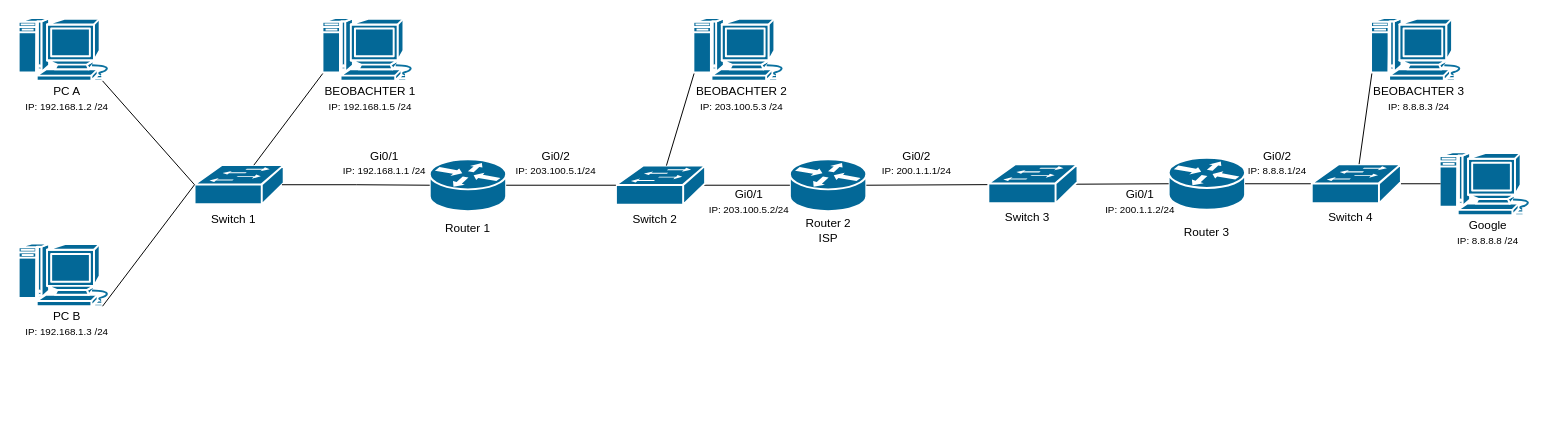
Above: Ubung NAT.drawio in PLAD26/-MAC-Tabellen-und-Switching- (draw.io), before the change. Source tidied: cells renumbered, new cells numbered last; positions are measured from the earlier drawing's top-left corner, leaving out a move shared by most shapes. Both pictures are drawn from the tidied source at 98%, with x=0, y=0 at pixel (18, 18).
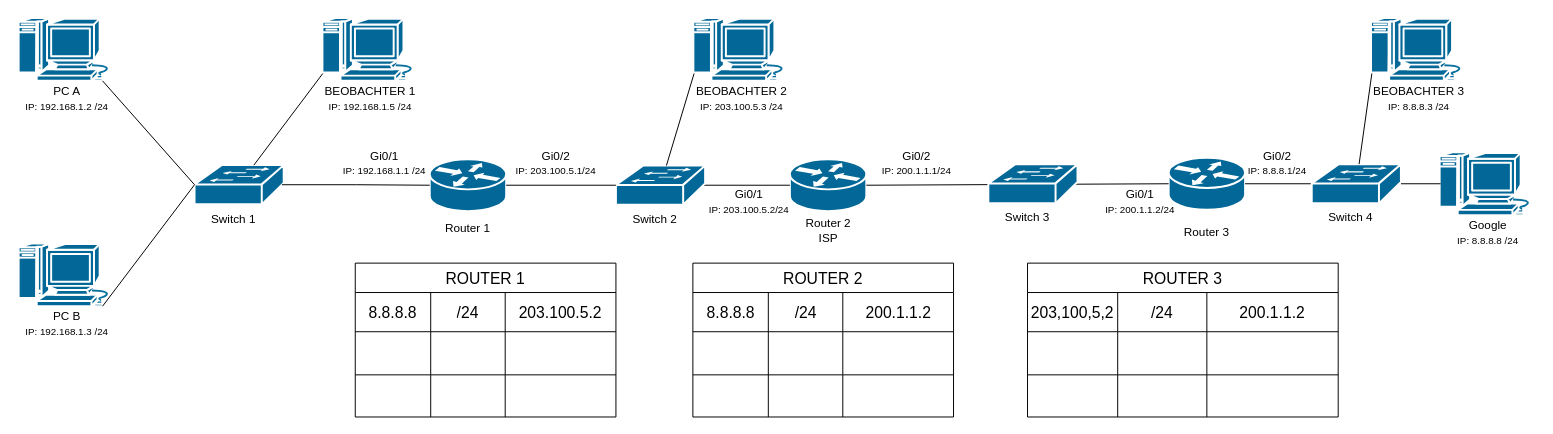
The same diagram, later.

Change to the diagram source:
```diff
@@
+    <mxCell id="45" value="ROUTER 1" style="shape=table;startSize=30;childLayout=tableLayout;strokeColor=default;fontSize=16;" parent="1" vertex="1">
+      <mxGeometry x="344" y="250" width="266" height="157" as="geometry" />
+    </mxCell>
+    <mxCell id="46" style="shape=tableRow;horizontal=0;startSize=0;swimlaneHead=0;swimlaneBody=0;strokeColor=inherit;top=0;left=0;bottom=0;right=0;fillColor=none;fontSize=16;" parent="45" vertex="1">
+      <mxGeometry y="30" width="266" height="40" as="geometry" />
+    </mxCell>
+    <mxCell id="47" value="8.8.8.8" style="shape=partialRectangle;html=1;whiteSpace=wrap;strokeColor=inherit;overflow=hidden;fillColor=none;top=0;left=0;bottom=0;right=0;fontSize=16;" parent="46" vertex="1">
+      <mxGeometry width="77" height="40" as="geometry" />
+    </mxCell>
+    <mxCell id="48" value="/24" style="shape=partialRectangle;html=1;whiteSpace=wrap;strokeColor=inherit;overflow=hidden;fillColor=none;top=0;left=0;bottom=0;right=0;fontSize=16;" parent="46" vertex="1">
+      <mxGeometry x="77" width="76" height="40" as="geometry" />
+    </mxCell>
+    <mxCell id="49" value="203.100.5.2" style="shape=partialRectangle;html=1;whiteSpace=wrap;strokeColor=inherit;overflow=hidden;fillColor=none;top=0;left=0;bottom=0;right=0;fontSize=16;" parent="46" vertex="1">
+      <mxGeometry x="153" width="113" height="40" as="geometry" />
+    </mxCell>
+    <mxCell id="50" style="shape=tableRow;horizontal=0;startSize=0;swimlaneHead=0;swimlaneBody=0;strokeColor=inherit;top=0;left=0;bottom=0;right=0;fillColor=none;fontSize=16;" parent="45" vertex="1">
+      <mxGeometry y="70" width="266" height="44" as="geometry" />
+    </mxCell>
+    <mxCell id="51" style="shape=partialRectangle;html=1;whiteSpace=wrap;strokeColor=inherit;overflow=hidden;fillColor=none;top=0;left=0;bottom=0;right=0;fontSize=16;" parent="50" vertex="1">
+      <mxGeometry width="77" height="44" as="geometry" />
+    </mxCell>
+    <mxCell id="52" style="shape=partialRectangle;html=1;whiteSpace=wrap;strokeColor=inherit;overflow=hidden;fillColor=none;top=0;left=0;bottom=0;right=0;fontSize=16;" parent="50" vertex="1">
+      <mxGeometry x="77" width="76" height="44" as="geometry" />
+    </mxCell>
+    <mxCell id="53" style="shape=partialRectangle;html=1;whiteSpace=wrap;strokeColor=inherit;overflow=hidden;fillColor=none;top=0;left=0;bottom=0;right=0;fontSize=16;" parent="50" vertex="1">
+      <mxGeometry x="153" width="113" height="44" as="geometry" />
+    </mxCell>
+    <mxCell id="54" style="shape=tableRow;horizontal=0;startSize=0;swimlaneHead=0;swimlaneBody=0;strokeColor=inherit;top=0;left=0;bottom=0;right=0;fillColor=none;fontSize=16;" parent="45" vertex="1">
+      <mxGeometry y="114" width="266" height="43" as="geometry" />
+    </mxCell>
+    <mxCell id="55" style="shape=partialRectangle;html=1;whiteSpace=wrap;strokeColor=inherit;overflow=hidden;fillColor=none;top=0;left=0;bottom=0;right=0;fontSize=16;" parent="54" vertex="1">
+      <mxGeometry width="77" height="43" as="geometry" />
+    </mxCell>
+    <mxCell id="56" style="shape=partialRectangle;html=1;whiteSpace=wrap;strokeColor=inherit;overflow=hidden;fillColor=none;top=0;left=0;bottom=0;right=0;fontSize=16;" parent="54" vertex="1">
+      <mxGeometry x="77" width="76" height="43" as="geometry" />
+    </mxCell>
+    <mxCell id="57" style="shape=partialRectangle;html=1;whiteSpace=wrap;strokeColor=inherit;overflow=hidden;fillColor=none;top=0;left=0;bottom=0;right=0;fontSize=16;" parent="54" vertex="1">
+      <mxGeometry x="153" width="113" height="43" as="geometry" />
+    </mxCell>
+    <mxCell id="58" value="ROUTER 2" style="shape=table;startSize=30;childLayout=tableLayout;strokeColor=default;fontSize=16;" parent="1" vertex="1">
+      <mxGeometry x="688.5" y="250" width="266" height="157" as="geometry" />
+    </mxCell>
+    <mxCell id="59" style="shape=tableRow;horizontal=0;startSize=0;swimlaneHead=0;swimlaneBody=0;strokeColor=inherit;top=0;left=0;bottom=0;right=0;fillColor=none;fontSize=16;" parent="58" vertex="1">
+      <mxGeometry y="30" width="266" height="40" as="geometry" />
+    </mxCell>
+    <mxCell id="60" value="8.8.8.8" style="shape=partialRectangle;html=1;whiteSpace=wrap;strokeColor=inherit;overflow=hidden;fillColor=none;top=0;left=0;bottom=0;right=0;fontSize=16;" parent="59" vertex="1">
+      <mxGeometry width="77" height="40" as="geometry" />
+    </mxCell>
+    <mxCell id="61" value="/24" style="shape=partialRectangle;html=1;whiteSpace=wrap;strokeColor=inherit;overflow=hidden;fillColor=none;top=0;left=0;bottom=0;right=0;fontSize=16;" parent="59" vertex="1">
+      <mxGeometry x="77" width="76" height="40" as="geometry" />
+    </mxCell>
+    <mxCell id="62" value="200.1.1.2" style="shape=partialRectangle;html=1;whiteSpace=wrap;strokeColor=inherit;overflow=hidden;fillColor=none;top=0;left=0;bottom=0;right=0;fontSize=16;" parent="59" vertex="1">
+      <mxGeometry x="153" width="113" height="40" as="geometry" />
+    </mxCell>
+    <mxCell id="63" style="shape=tableRow;horizontal=0;startSize=0;swimlaneHead=0;swimlaneBody=0;strokeColor=inherit;top=0;left=0;bottom=0;right=0;fillColor=none;fontSize=16;" parent="58" vertex="1">
+      <mxGeometry y="70" width="266" height="44" as="geometry" />
+    </mxCell>
+    <mxCell id="64" style="shape=partialRectangle;html=1;whiteSpace=wrap;strokeColor=inherit;overflow=hidden;fillColor=none;top=0;left=0;bottom=0;right=0;fontSize=16;" parent="63" vertex="1">
+      <mxGeometry width="77" height="44" as="geometry" />
+    </mxCell>
+    <mxCell id="65" style="shape=partialRectangle;html=1;whiteSpace=wrap;strokeColor=inherit;overflow=hidden;fillColor=none;top=0;left=0;bottom=0;right=0;fontSize=16;" parent="63" vertex="1">
+      <mxGeometry x="77" width="76" height="44" as="geometry" />
+    </mxCell>
+    <mxCell id="66" style="shape=partialRectangle;html=1;whiteSpace=wrap;strokeColor=inherit;overflow=hidden;fillColor=none;top=0;left=0;bottom=0;right=0;fontSize=16;" parent="63" vertex="1">
+      <mxGeometry x="153" width="113" height="44" as="geometry" />
+    </mxCell>
+    <mxCell id="67" style="shape=tableRow;horizontal=0;startSize=0;swimlaneHead=0;swimlaneBody=0;strokeColor=inherit;top=0;left=0;bottom=0;right=0;fillColor=none;fontSize=16;" parent="58" vertex="1">
+      <mxGeometry y="114" width="266" height="43" as="geometry" />
+    </mxCell>
+    <mxCell id="68" style="shape=partialRectangle;html=1;whiteSpace=wrap;strokeColor=inherit;overflow=hidden;fillColor=none;top=0;left=0;bottom=0;right=0;fontSize=16;" parent="67" vertex="1">
+      <mxGeometry width="77" height="43" as="geometry" />
+    </mxCell>
+    <mxCell id="69" style="shape=partialRectangle;html=1;whiteSpace=wrap;strokeColor=inherit;overflow=hidden;fillColor=none;top=0;left=0;bottom=0;right=0;fontSize=16;" parent="67" vertex="1">
+      <mxGeometry x="77" width="76" height="43" as="geometry" />
+    </mxCell>
+    <mxCell id="70" style="shape=partialRectangle;html=1;whiteSpace=wrap;strokeColor=inherit;overflow=hidden;fillColor=none;top=0;left=0;bottom=0;right=0;fontSize=16;" parent="67" vertex="1">
+      <mxGeometry x="153" width="113" height="43" as="geometry" />
+    </mxCell>
+    <mxCell id="71" value="ROUTER 3" style="shape=table;startSize=30;childLayout=tableLayout;strokeColor=default;fontSize=16;" parent="1" vertex="1">
+      <mxGeometry x="1030" y="250" width="317" height="157" as="geometry" />
+    </mxCell>
+    <mxCell id="72" style="shape=tableRow;horizontal=0;startSize=0;swimlaneHead=0;swimlaneBody=0;strokeColor=inherit;top=0;left=0;bottom=0;right=0;fillColor=none;fontSize=16;" parent="71" vertex="1">
+      <mxGeometry y="30" width="317" height="40" as="geometry" />
+    </mxCell>
+    <mxCell id="73" value="203,100,5,2" style="shape=partialRectangle;html=1;whiteSpace=wrap;strokeColor=inherit;overflow=hidden;fillColor=none;top=0;left=0;bottom=0;right=0;fontSize=16;" parent="72" vertex="1">
+      <mxGeometry width="92" height="40" as="geometry" />
+    </mxCell>
+    <mxCell id="74" value="/24" style="shape=partialRectangle;html=1;whiteSpace=wrap;strokeColor=inherit;overflow=hidden;fillColor=none;top=0;left=0;bottom=0;right=0;fontSize=16;" parent="72" vertex="1">
+      <mxGeometry x="92" width="91" height="40" as="geometry" />
+    </mxCell>
+    <mxCell id="75" value="200.1.1.2" style="shape=partialRectangle;html=1;whiteSpace=wrap;strokeColor=inherit;overflow=hidden;fillColor=none;top=0;left=0;bottom=0;right=0;fontSize=16;" parent="72" vertex="1">
+      <mxGeometry x="183" width="134" height="40" as="geometry" />
+    </mxCell>
+    <mxCell id="76" style="shape=tableRow;horizontal=0;startSize=0;swimlaneHead=0;swimlaneBody=0;strokeColor=inherit;top=0;left=0;bottom=0;right=0;fillColor=none;fontSize=16;" parent="71" vertex="1">
+      <mxGeometry y="70" width="317" height="44" as="geometry" />
+    </mxCell>
+    <mxCell id="77" style="shape=partialRectangle;html=1;whiteSpace=wrap;strokeColor=inherit;overflow=hidden;fillColor=none;top=0;left=0;bottom=0;right=0;fontSize=16;" parent="76" vertex="1">
+      <mxGeometry width="92" height="44" as="geometry" />
+    </mxCell>
+    <mxCell id="78" style="shape=partialRectangle;html=1;whiteSpace=wrap;strokeColor=inherit;overflow=hidden;fillColor=none;top=0;left=0;bottom=0;right=0;fontSize=16;" parent="76" vertex="1">
+      <mxGeometry x="92" width="91" height="44" as="geometry" />
+    </mxCell>
+    <mxCell id="79" style="shape=partialRectangle;html=1;whiteSpace=wrap;strokeColor=inherit;overflow=hidden;fillColor=none;top=0;left=0;bottom=0;right=0;fontSize=16;" parent="76" vertex="1">
+      <mxGeometry x="183" width="134" height="44" as="geometry" />
+    </mxCell>
+    <mxCell id="80" style="shape=tableRow;horizontal=0;startSize=0;swimlaneHead=0;swimlaneBody=0;strokeColor=inherit;top=0;left=0;bottom=0;right=0;fillColor=none;fontSize=16;" parent="71" vertex="1">
+      <mxGeometry y="114" width="317" height="43" as="geometry" />
+    </mxCell>
+    <mxCell id="81" style="shape=partialRectangle;html=1;whiteSpace=wrap;strokeColor=inherit;overflow=hidden;fillColor=none;top=0;left=0;bottom=0;right=0;fontSize=16;" parent="80" vertex="1">
+      <mxGeometry width="92" height="43" as="geometry" />
+    </mxCell>
+    <mxCell id="82" style="shape=partialRectangle;html=1;whiteSpace=wrap;strokeColor=inherit;overflow=hidden;fillColor=none;top=0;left=0;bottom=0;right=0;fontSize=16;" parent="80" vertex="1">
+      <mxGeometry x="92" width="91" height="43" as="geometry" />
+    </mxCell>
+    <mxCell id="83" style="shape=partialRectangle;html=1;whiteSpace=wrap;strokeColor=inherit;overflow=hidden;fillColor=none;top=0;left=0;bottom=0;right=0;fontSize=16;" parent="80" vertex="1">
+      <mxGeometry x="183" width="134" height="43" as="geometry" />
+    </mxCell>
```
